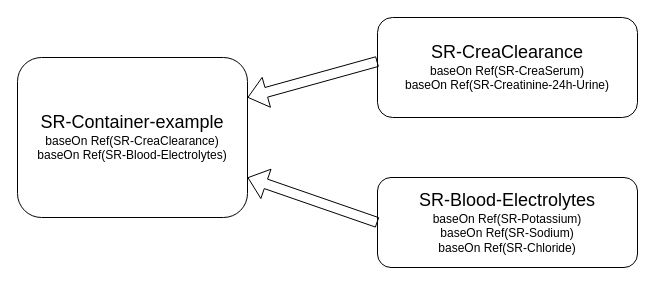
hl7ch/ch-lab-order keeps this draw.io diagram as SR-expl.drawio. Above is the earlier version. Source tidied: cells renumbered, new cells numbered last; positions are measured from the earlier drawing's top-left corner, leaving out a move shared by most shapes. Both pictures are drawn from the tidied source at 100%, with x=0, y=0 at pixel (17, 17).
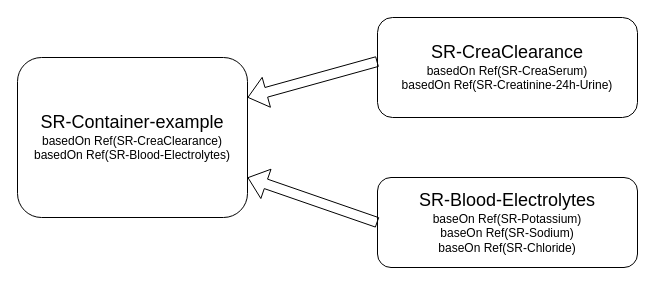
After the change.

The edit, as a diff of the source:
```diff
@@
 <mxGraphModel>
   <root>
     <mxCell id="0" />
     <mxCell id="1" parent="0" />
-    <mxCell id="2" value="&lt;font style=&quot;font-size: 18px&quot;&gt;SR-Container-example&lt;br&gt;&lt;/font&gt;baseOn Ref(SR-CreaClearance)&lt;br&gt;baseOn Ref(SR-Blood-Electrolytes)" style="rounded=1;whiteSpace=wrap;html=1;" parent="1" vertex="1">
+    <mxCell id="2" value="&lt;font style=&quot;font-size: 18px&quot;&gt;SR-Container-example&lt;br&gt;&lt;/font&gt;basedOn Ref(SR-CreaClearance)&lt;br&gt;basedOn Ref(SR-Blood-Electrolytes)" style="rounded=1;whiteSpace=wrap;html=1;" parent="1" vertex="1">
       <mxGeometry y="40" width="230" height="160" as="geometry" />
     </mxCell>
     <mxCell id="3" value="&lt;font style=&quot;font-size: 18px&quot;&gt;SR-Blood-Electrolytes&lt;br&gt;&lt;/font&gt;baseOn Ref(SR-Potassium)&lt;br&gt;baseOn Ref(SR-Sodium)&lt;br&gt;baseOn Ref(SR-Chloride)" style="rounded=1;whiteSpace=wrap;html=1;" parent="1" vertex="1">
       <mxGeometry x="360" y="160" width="260" height="90" as="geometry" />
     </mxCell>
-    <mxCell id="4" value="&lt;font style=&quot;font-size: 18px&quot;&gt;SR-CreaClearance&lt;br&gt;&lt;/font&gt;baseOn Ref(SR-CreaSerum)&lt;br&gt;baseOn Ref(SR-Creatinine-24h-Urine)" style="rounded=1;whiteSpace=wrap;html=1;" parent="1" vertex="1">
+    <mxCell id="4" value="&lt;font style=&quot;font-size: 18px&quot;&gt;SR-CreaClearance&lt;br&gt;&lt;/font&gt;basedOn Ref(SR-CreaSerum)&lt;br&gt;basedOn Ref(SR-Creatinine-24h-Urine)" style="rounded=1;whiteSpace=wrap;html=1;" parent="1" vertex="1">
       <mxGeometry x="360" width="260" height="100" as="geometry" />
     </mxCell>
     <mxCell id="5" style="shape=flexArrow;endArrow=classic;html=1;entryX=1;entryY=0.25;entryDx=0;entryDy=0;exitX=0;exitY=0.44;exitDx=0;exitDy=0;exitPerimeter=0;" parent="1" edge="1" source="4" target="2">
       <mxGeometry relative="1" as="geometry" />
     </mxCell>
     <mxCell id="6" style="shape=flexArrow;endArrow=classic;html=1;exitX=0;exitY=0.5;exitDx=0;exitDy=0;entryX=1;entryY=0.75;entryDx=0;entryDy=0;" parent="1" edge="1" source="3" target="2">
       <mxGeometry relative="1" as="geometry" />
     </mxCell>
   </root>
 </mxGraphModel>
```
